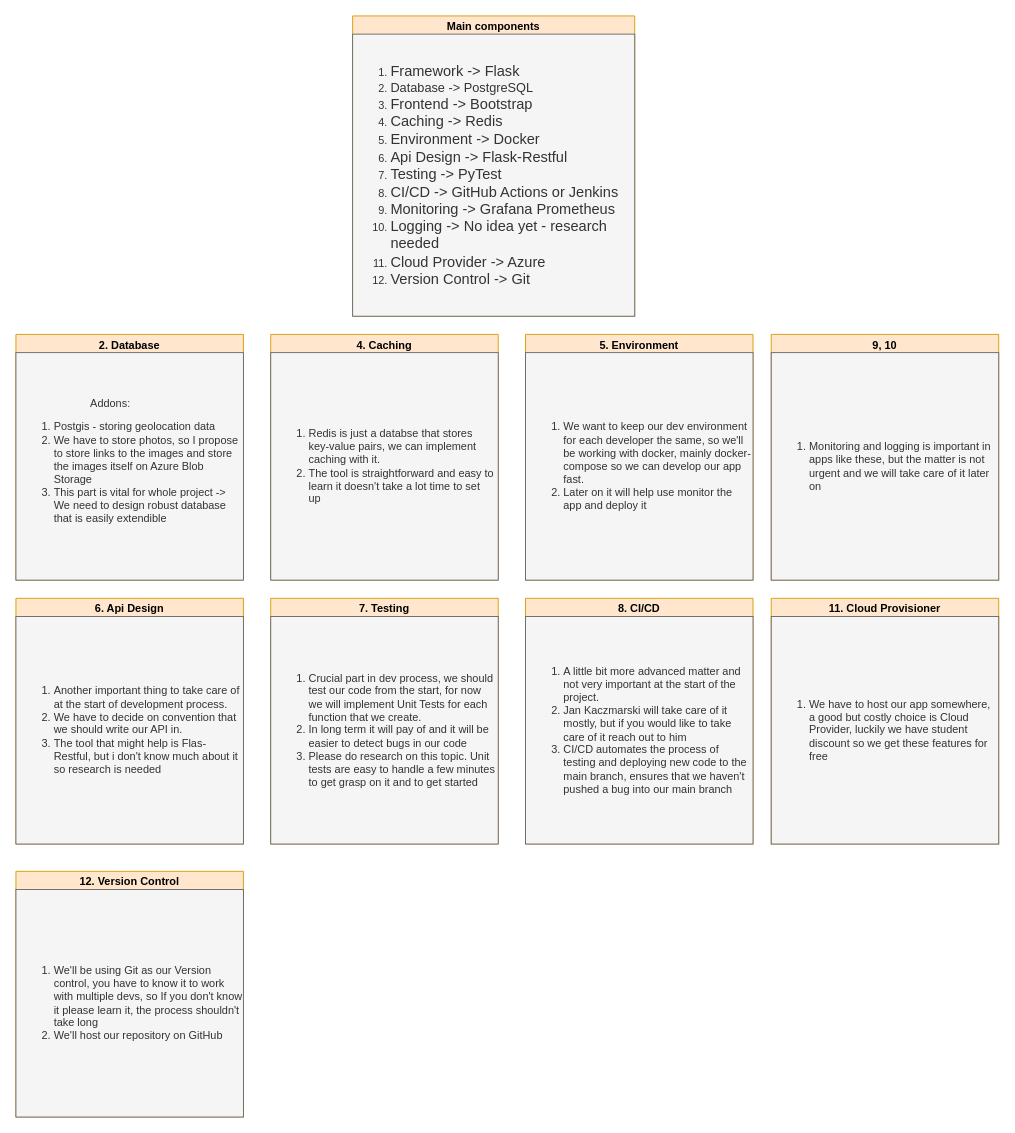
Before: drawio/web_app_architecture.drawio in HIM-Services/heaven-in-mouth, a draw.io diagram. Source tidied: cells renumbered, new cells numbered last; positions are measured from the earlier drawing's top-left corner, leaving out a move shared by most shapes. Both pictures are drawn from the tidied source at 91%, with x=0, y=0 at pixel (15, 15).
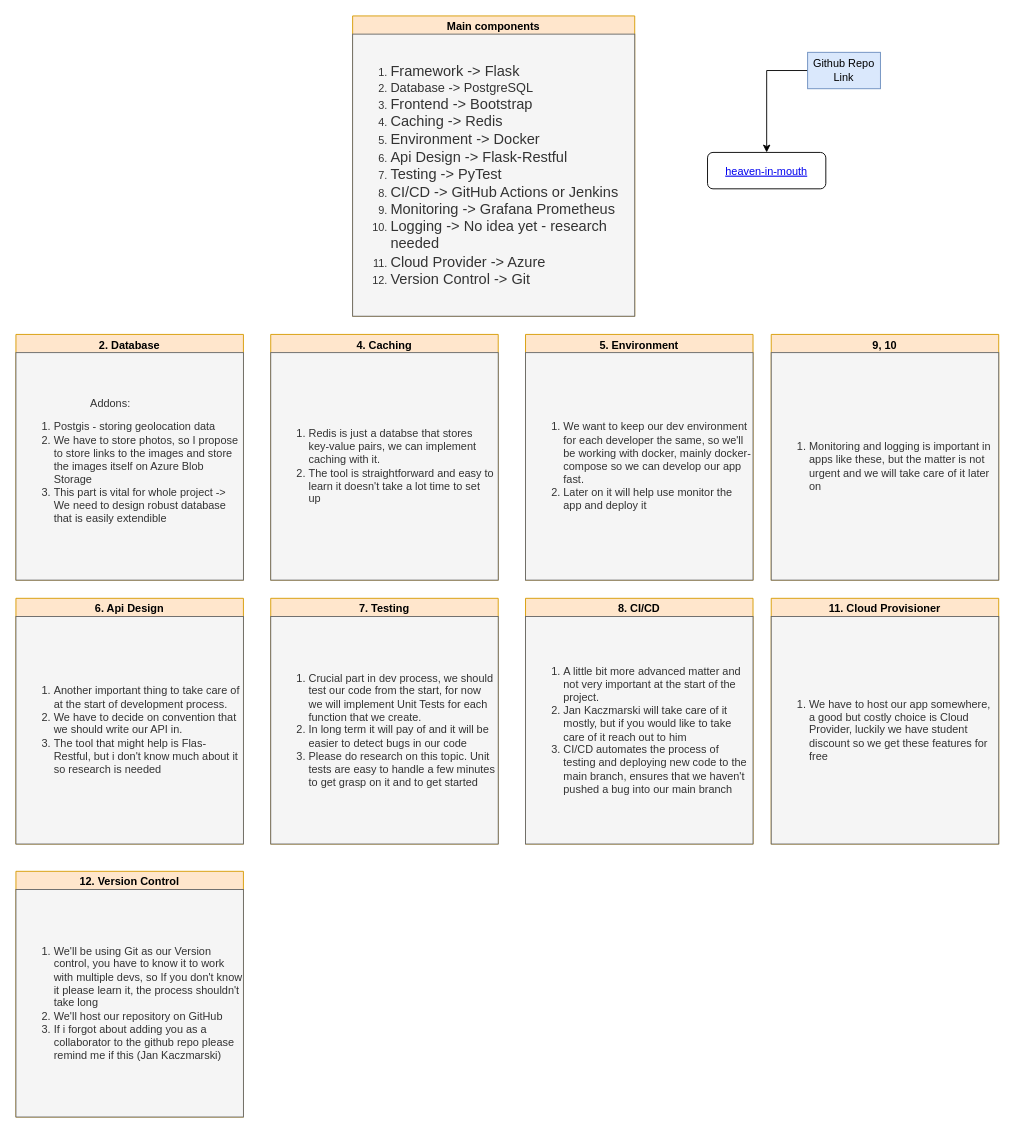
The same diagram, later.

Unchanged cells that the change refers to:
```xml
<mxCell id="20" value="12. Version Control" style="swimlane;whiteSpace=wrap;html=1;fillColor=#ffe6cc;strokeColor=#d79b00;" parent="1" vertex="1">
  <mxGeometry y="940" width="250" height="270" as="geometry" />
</mxCell>
```

What changed in the source:
```diff
@@
-    <mxCell id="21" value="&lt;ol&gt;&lt;li&gt;We'll be using Git as our Version control, you have to know it to work with multiple devs, so If you don't know it please learn it, the process shouldn't take long&lt;/li&gt;&lt;li&gt;We'll host our repository on GitHub&lt;/li&gt;&lt;/ol&gt;" style="whiteSpace=wrap;html=1;fillColor=#f5f5f5;fontColor=#333333;strokeColor=#666666;align=left;" parent="20" vertex="1">
+    <mxCell id="21" value="&lt;ol&gt;&lt;li&gt;We'll be using Git as our Version control, you have to know it to work with multiple devs, so If you don't know it please learn it, the process shouldn't take long&lt;/li&gt;&lt;li&gt;We'll host our repository on GitHub&lt;/li&gt;&lt;li&gt;If i forgot about adding you as a collaborator to the github repo please remind me if this (Jan Kaczmarski)&lt;/li&gt;&lt;/ol&gt;" style="whiteSpace=wrap;html=1;fillColor=#f5f5f5;fontColor=#333333;strokeColor=#666666;align=left;" parent="20" vertex="1">
       <mxGeometry y="20" width="250" height="250" as="geometry" />
     </mxCell>
+    <mxCell id="22" value="heaven-in-mouth" style="fontColor=#0000EE;fontStyle=4;rounded=1;overflow=hidden;spacing=10;" parent="1" vertex="1">
+      <mxGeometry x="760" y="150" width="130" height="40" as="geometry" />
+    </mxCell>
+    <mxCell id="23" style="edgeStyle=orthogonalEdgeStyle;rounded=0;jettySize=auto;html=1;exitX=0;exitY=0.5;exitDx=0;exitDy=0;entryX=0.5;entryY=0;entryDx=0;entryDy=0;" parent="1" edge="1" source="24" target="22">
+      <mxGeometry relative="1" as="geometry" />
+    </mxCell>
+    <mxCell id="24" value="Github Repo Link" style="text;html=1;align=center;verticalAlign=middle;whiteSpace=wrap;rounded=0;fillColor=#dae8fc;strokeColor=#6c8ebf;" parent="1" vertex="1">
+      <mxGeometry x="870" y="40" width="80" height="40" as="geometry" />
+    </mxCell>
```
